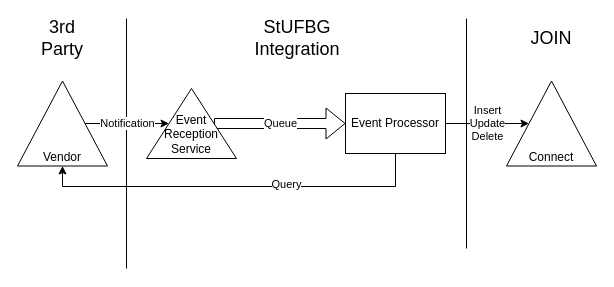
Earlier version of the draw.io diagram page "Notification" (4 of 5) of StUFBG.drawio (surajpunugade/surajgithubsite). Source tidied: cells renumbered, new cells numbered last; positions are measured from the earlier drawing's top-left corner, leaving out a move shared by most shapes. Both pictures are drawn from the tidied source at 100%, with x=0, y=0 at pixel (17, 18).
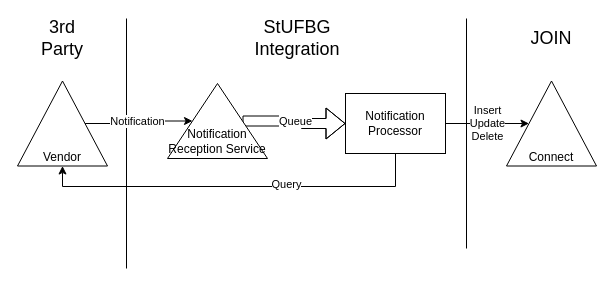
The same page after the edit.

Change to the diagram source:
```diff
@@
 <mxGraphModel>
   <root>
     <mxCell id="0" />
     <mxCell id="1" parent="0" />
     <mxCell id="2" value="Connect" style="triangle;whiteSpace=wrap;html=1;flipH=1;flipV=1;direction=south;verticalAlign=bottom;" parent="1" vertex="1">
       <mxGeometry x="489" y="62.5" width="90" height="85" as="geometry" />
     </mxCell>
     <mxCell id="3" style="endArrow=none;html=1;" parent="1" edge="1">
       <mxGeometry relative="1" as="geometry">
         <mxPoint x="109" y="250" as="sourcePoint" />
         <mxPoint x="109" as="targetPoint" />
       </mxGeometry>
     </mxCell>
     <mxCell id="4" style="endArrow=none;html=1;" parent="1" edge="1">
       <mxGeometry relative="1" as="geometry">
         <mxPoint x="449" y="230" as="sourcePoint" />
         <mxPoint x="449" as="targetPoint" />
       </mxGeometry>
     </mxCell>
     <mxCell id="5" value="Queue" style="edgeStyle=orthogonalEdgeStyle;rounded=0;jettySize=auto;html=1;entryX=0;entryY=0.5;entryDx=0;entryDy=0;shape=flexArrow;" parent="1" edge="1" source="8" target="10">
       <mxGeometry relative="1" as="geometry" />
     </mxCell>
     <mxCell id="6" style="edgeStyle=orthogonalEdgeStyle;rounded=0;jettySize=auto;html=1;entryX=1;entryY=0.5;entryDx=0;entryDy=0;exitX=0.5;exitY=1;exitDx=0;exitDy=0;" parent="1" edge="1" source="10" target="12">
       <mxGeometry relative="1" as="geometry">
         <Array as="points">
           <mxPoint x="378" y="168" />
           <mxPoint x="45" y="168" />
         </Array>
       </mxGeometry>
     </mxCell>
     <mxCell id="7" value="Query" style="edgeLabel;html=1;align=center;verticalAlign=middle;" parent="6" vertex="1">
       <mxGeometry x="-0.26" y="-3" relative="1" as="geometry" />
     </mxCell>
-    <mxCell id="8" value="Event Reception Service" style="triangle;whiteSpace=wrap;html=1;flipH=1;flipV=1;direction=south;verticalAlign=bottom;" parent="1" vertex="1">
-      <mxGeometry x="129" y="70" width="90" height="70" as="geometry" />
+    <mxCell id="8" value="Notification Reception Service" style="triangle;whiteSpace=wrap;html=1;flipH=1;flipV=1;direction=south;verticalAlign=bottom;" parent="1" vertex="1">
+      <mxGeometry x="150" y="65" width="100" height="75" as="geometry" />
     </mxCell>
     <mxCell id="9" value="Insert&lt;br&gt;Update&lt;br&gt;Delete" style="edgeStyle=orthogonalEdgeStyle;rounded=0;jettySize=auto;html=1;" parent="1" edge="1" source="10" target="2">
       <mxGeometry relative="1" as="geometry" />
     </mxCell>
-    <mxCell id="10" value="Event Processor" style="rounded=0;whiteSpace=wrap;html=1;" parent="1" vertex="1">
+    <mxCell id="10" value="Notification Processor" style="rounded=0;whiteSpace=wrap;html=1;" parent="1" vertex="1">
       <mxGeometry x="328" y="75" width="100" height="60" as="geometry" />
     </mxCell>
     <mxCell id="11" value="Notification" style="edgeStyle=orthogonalEdgeStyle;rounded=0;jettySize=auto;html=1;entryX=0.5;entryY=1;entryDx=0;entryDy=0;" parent="1" edge="1" source="12" target="8">
       <mxGeometry relative="1" as="geometry" />
     </mxCell>
     <mxCell id="12" value="Vendor" style="triangle;whiteSpace=wrap;html=1;flipH=1;flipV=1;direction=south;verticalAlign=bottom;" parent="1" vertex="1">
       <mxGeometry y="62.5" width="90" height="85" as="geometry" />
     </mxCell>
     <mxCell id="13" value="StUFBG Integration" style="text;html=1;strokeColor=none;fillColor=none;align=center;verticalAlign=middle;whiteSpace=wrap;rounded=0;fontSize=18;" parent="1" vertex="1">
       <mxGeometry x="260" y="10" width="40" height="20" as="geometry" />
     </mxCell>
     <mxCell id="14" value="JOIN" style="text;html=1;strokeColor=none;fillColor=none;align=center;verticalAlign=middle;whiteSpace=wrap;rounded=0;fontSize=18;" parent="1" vertex="1">
       <mxGeometry x="514" y="10" width="40" height="20" as="geometry" />
     </mxCell>
     <mxCell id="15" value="3rd Party" style="text;html=1;strokeColor=none;fillColor=none;align=center;verticalAlign=middle;whiteSpace=wrap;rounded=0;fontSize=18;" parent="1" vertex="1">
       <mxGeometry x="25" y="10" width="40" height="20" as="geometry" />
     </mxCell>
   </root>
 </mxGraphModel>
```
